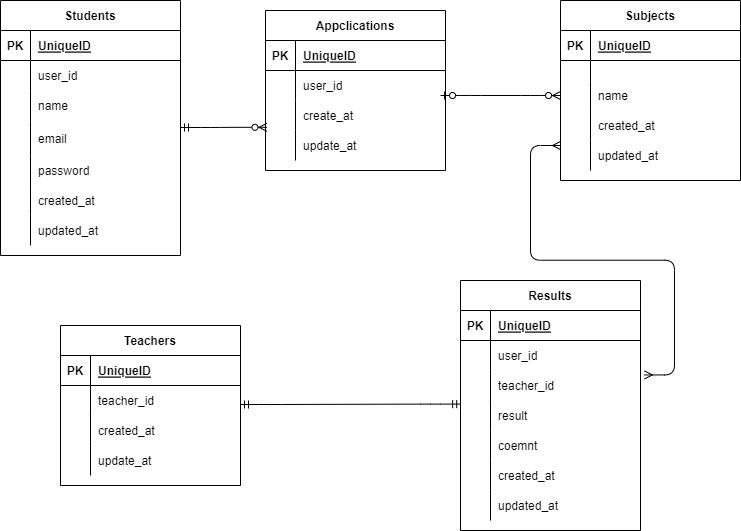
Above: test.drawio.png in maimai860/yada20220812 (draw.io), before the change. Source tidied: cells renumbered, new cells last; positions are measured from the earlier drawing's top-left corner, leaving out a move shared by most shapes.
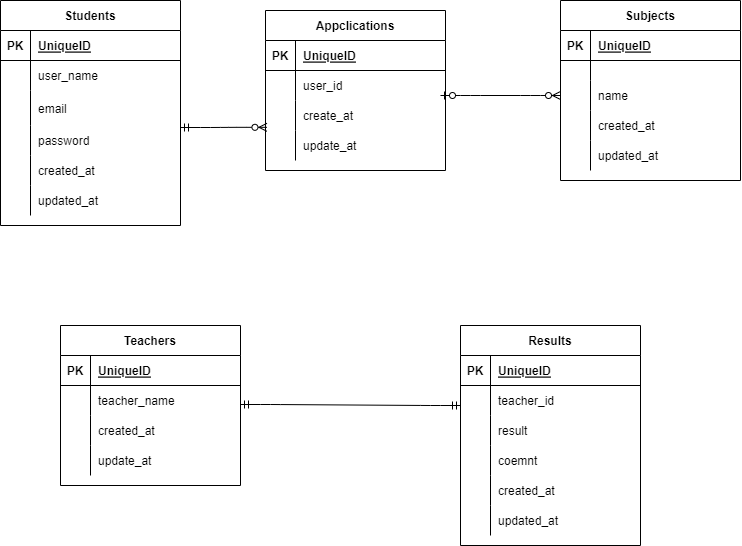
The same file after the commit.

Change to the diagram source:
```diff
@@ -3,7 +3,7 @@
     <mxCell id="0" />
     <mxCell id="1" parent="0" />
     <mxCell id="2" value="Students" style="shape=table;startSize=30;rowLines=0;fontStyle=1;align=center;" parent="1" vertex="1">
-      <mxGeometry width="180" height="255" as="geometry" />
+      <mxGeometry width="180" height="225" as="geometry" />
     </mxCell>
     <mxCell id="3" style="shape=partialRectangle;fillColor=none;top=0;left=0;bottom=1;right=0;" parent="2" vertex="1">
       <mxGeometry y="30" width="180" height="30" as="geometry" />
@@ -14,26 +14,17 @@
     <mxCell id="5" value="UniqueID" style="shape=partialRectangle;fillColor=none;top=0;left=0;bottom=0;right=0;align=left;spacingLeft=6;fontStyle=5;overflow=hidden;" parent="3" vertex="1">
       <mxGeometry x="30" width="150" height="30" as="geometry" />
     </mxCell>
-    <mxCell id="6" style="shape=partialRectangle;fillColor=none;top=0;left=0;bottom=0;right=0;" parent="2" vertex="1">
-      <mxGeometry y="60" width="180" height="30" as="geometry" />
-    </mxCell>
-    <mxCell id="7" style="shape=partialRectangle;fillColor=none;top=0;left=0;bottom=0;right=0;overflow=hidden;" parent="6" vertex="1">
-      <mxGeometry width="30" height="30" as="geometry" />
-    </mxCell>
-    <mxCell id="8" value="user_id" style="shape=partialRectangle;fillColor=none;top=0;left=0;bottom=0;right=0;align=left;spacingLeft=6;overflow=hidden;" parent="6" vertex="1">
-      <mxGeometry x="30" width="150" height="30" as="geometry" />
-    </mxCell>
     <mxCell id="9" style="shape=partialRectangle;fillColor=none;top=0;left=0;bottom=0;right=0;" parent="2" vertex="1">
-      <mxGeometry y="90" width="180" height="30" as="geometry" />
+      <mxGeometry y="60" width="180" height="30" as="geometry" />
     </mxCell>
     <mxCell id="10" style="shape=partialRectangle;fillColor=none;top=0;left=0;bottom=0;right=0;overflow=hidden;" parent="9" vertex="1">
       <mxGeometry width="30" height="30" as="geometry" />
     </mxCell>
-    <mxCell id="11" value="name" style="shape=partialRectangle;fillColor=none;top=0;left=0;bottom=0;right=0;align=left;spacingLeft=6;overflow=hidden;" parent="9" vertex="1">
+    <mxCell id="11" value="user_name" style="shape=partialRectangle;fillColor=none;top=0;left=0;bottom=0;right=0;align=left;spacingLeft=6;overflow=hidden;" parent="9" vertex="1">
       <mxGeometry x="30" width="150" height="30" as="geometry" />
     </mxCell>
     <mxCell id="12" style="shape=partialRectangle;fillColor=none;top=0;left=0;bottom=0;right=0;" parent="2" vertex="1">
-      <mxGeometry y="120" width="180" height="35" as="geometry" />
+      <mxGeometry y="90" width="180" height="35" as="geometry" />
     </mxCell>
     <mxCell id="13" style="shape=partialRectangle;fillColor=none;top=0;left=0;bottom=0;right=0;overflow=hidden;" parent="12" vertex="1">
       <mxGeometry width="30" height="35" as="geometry" />
@@ -42,7 +33,7 @@
       <mxGeometry x="30" width="150" height="35" as="geometry" />
     </mxCell>
     <mxCell id="15" style="shape=partialRectangle;fillColor=none;top=0;left=0;bottom=0;right=0;" parent="2" vertex="1">
-      <mxGeometry y="155" width="180" height="30" as="geometry" />
+      <mxGeometry y="125" width="180" height="30" as="geometry" />
     </mxCell>
     <mxCell id="16" style="shape=partialRectangle;fillColor=none;top=0;left=0;bottom=0;right=0;overflow=hidden;" parent="15" vertex="1">
       <mxGeometry width="30" height="30" as="geometry" />
@@ -51,7 +42,7 @@
       <mxGeometry x="30" width="150" height="30" as="geometry" />
     </mxCell>
     <mxCell id="18" style="shape=partialRectangle;fillColor=none;top=0;left=0;bottom=0;right=0;" parent="2" vertex="1">
-      <mxGeometry y="185" width="180" height="30" as="geometry" />
+      <mxGeometry y="155" width="180" height="30" as="geometry" />
     </mxCell>
     <mxCell id="19" style="shape=partialRectangle;fillColor=none;top=0;left=0;bottom=0;right=0;overflow=hidden;" parent="18" vertex="1">
       <mxGeometry width="30" height="30" as="geometry" />
@@ -60,7 +51,7 @@
       <mxGeometry x="30" width="150" height="30" as="geometry" />
     </mxCell>
     <mxCell id="21" style="shape=partialRectangle;fillColor=none;top=0;left=0;bottom=0;right=0;" parent="2" vertex="1">
-      <mxGeometry y="215" width="180" height="30" as="geometry" />
+      <mxGeometry y="185" width="180" height="30" as="geometry" />
     </mxCell>
     <mxCell id="22" style="shape=partialRectangle;fillColor=none;top=0;left=0;bottom=0;right=0;overflow=hidden;" parent="21" vertex="1">
       <mxGeometry width="30" height="30" as="geometry" />
@@ -86,7 +77,7 @@
     <mxCell id="29" style="shape=partialRectangle;fillColor=none;top=0;left=0;bottom=0;right=0;overflow=hidden;" parent="28" vertex="1">
       <mxGeometry width="30" height="30" as="geometry" />
     </mxCell>
-    <mxCell id="30" value="teacher_id" style="shape=partialRectangle;fillColor=none;top=0;left=0;bottom=0;right=0;align=left;spacingLeft=6;overflow=hidden;" parent="28" vertex="1">
+    <mxCell id="30" value="teacher_name" style="shape=partialRectangle;fillColor=none;top=0;left=0;bottom=0;right=0;align=left;spacingLeft=6;overflow=hidden;" parent="28" vertex="1">
       <mxGeometry x="30" width="150" height="30" as="geometry" />
     </mxCell>
     <mxCell id="31" style="shape=partialRectangle;fillColor=none;top=0;left=0;bottom=0;right=0;" parent="24" vertex="1">
@@ -161,7 +152,7 @@
       </mxGeometry>
     </mxCell>
     <mxCell id="54" value="Results" style="shape=table;startSize=30;rowLines=0;fontStyle=1;align=center;" parent="1" vertex="1">
-      <mxGeometry x="460" y="280" width="180" height="250" as="geometry" />
+      <mxGeometry x="460" y="325" width="180" height="220" as="geometry" />
     </mxCell>
     <mxCell id="55" style="shape=partialRectangle;fillColor=none;top=0;left=0;bottom=1;right=0;" parent="54" vertex="1">
       <mxGeometry y="30" width="180" height="30" as="geometry" />
@@ -172,17 +163,8 @@
     <mxCell id="57" value="UniqueID" style="shape=partialRectangle;fillColor=none;top=0;left=0;bottom=0;right=0;align=left;spacingLeft=6;fontStyle=5;overflow=hidden;" parent="55" vertex="1">
       <mxGeometry x="30" width="150" height="30" as="geometry" />
     </mxCell>
-    <mxCell id="58" style="shape=partialRectangle;fillColor=none;top=0;left=0;bottom=0;right=0;" parent="54" vertex="1">
-      <mxGeometry y="60" width="180" height="30" as="geometry" />
-    </mxCell>
-    <mxCell id="59" style="shape=partialRectangle;fillColor=none;top=0;left=0;bottom=0;right=0;overflow=hidden;" parent="58" vertex="1">
-      <mxGeometry width="30" height="30" as="geometry" />
-    </mxCell>
-    <mxCell id="60" value="user_id" style="shape=partialRectangle;fillColor=none;top=0;left=0;bottom=0;right=0;align=left;spacingLeft=6;overflow=hidden;" parent="58" vertex="1">
-      <mxGeometry x="30" width="150" height="30" as="geometry" />
-    </mxCell>
     <mxCell id="61" style="shape=partialRectangle;fillColor=none;top=0;left=0;bottom=0;right=0;points=[[0,0.5],[1,0.5]];portConstraint=eastwest;" parent="54" vertex="1">
-      <mxGeometry y="90" width="180" height="30" as="geometry" />
+      <mxGeometry y="60" width="180" height="30" as="geometry" />
     </mxCell>
     <mxCell id="62" style="shape=partialRectangle;fillColor=none;top=0;left=0;bottom=0;right=0;overflow=hidden;" parent="61" vertex="1">
       <mxGeometry width="30" height="30" as="geometry" />
@@ -191,7 +173,7 @@
       <mxGeometry x="30" width="150" height="30" as="geometry" />
     </mxCell>
     <mxCell id="64" style="shape=partialRectangle;fillColor=none;top=0;left=0;bottom=0;right=0;points=[[0,0.5],[1,0.5]];portConstraint=eastwest;" parent="54" vertex="1">
-      <mxGeometry y="120" width="180" height="30" as="geometry" />
+      <mxGeometry y="90" width="180" height="30" as="geometry" />
     </mxCell>
     <mxCell id="65" style="shape=partialRectangle;fillColor=none;top=0;left=0;bottom=0;right=0;overflow=hidden;" parent="64" vertex="1">
       <mxGeometry width="30" height="30" as="geometry" />
@@ -200,7 +182,7 @@
       <mxGeometry x="30" width="150" height="30" as="geometry" />
     </mxCell>
     <mxCell id="67" style="shape=partialRectangle;fillColor=none;top=0;left=0;bottom=0;right=0;" parent="54" vertex="1">
-      <mxGeometry y="150" width="180" height="30" as="geometry" />
+      <mxGeometry y="120" width="180" height="30" as="geometry" />
     </mxCell>
     <mxCell id="68" style="shape=partialRectangle;fillColor=none;top=0;left=0;bottom=0;right=0;overflow=hidden;" parent="67" vertex="1">
       <mxGeometry width="30" height="30" as="geometry" />
@@ -209,7 +191,7 @@
       <mxGeometry x="30" width="150" height="30" as="geometry" />
     </mxCell>
     <mxCell id="70" style="shape=partialRectangle;fillColor=none;top=0;left=0;bottom=0;right=0;" parent="54" vertex="1">
-      <mxGeometry y="180" width="180" height="30" as="geometry" />
+      <mxGeometry y="150" width="180" height="30" as="geometry" />
     </mxCell>
     <mxCell id="71" style="shape=partialRectangle;fillColor=none;top=0;left=0;bottom=0;right=0;overflow=hidden;" parent="70" vertex="1">
       <mxGeometry width="30" height="30" as="geometry" />
@@ -218,7 +200,7 @@
       <mxGeometry x="30" width="150" height="30" as="geometry" />
     </mxCell>
     <mxCell id="73" style="shape=partialRectangle;fillColor=none;top=0;left=0;bottom=0;right=0;" parent="54" vertex="1">
-      <mxGeometry y="210" width="180" height="30" as="geometry" />
+      <mxGeometry y="180" width="180" height="30" as="geometry" />
     </mxCell>
     <mxCell id="74" style="shape=partialRectangle;fillColor=none;top=0;left=0;bottom=0;right=0;overflow=hidden;" parent="73" vertex="1">
       <mxGeometry width="30" height="30" as="geometry" />
@@ -226,9 +208,10 @@
     <mxCell id="75" value="updated_at" style="shape=partialRectangle;fillColor=none;top=0;left=0;bottom=0;right=0;align=left;spacingLeft=6;overflow=hidden;" parent="73" vertex="1">
       <mxGeometry x="30" width="150" height="30" as="geometry" />
     </mxCell>
-    <mxCell id="76" style="edgeStyle=entityRelationEdgeStyle;fontSize=12;html=1;endArrow=ERmandOne;startArrow=ERmandOne;entryX=0.001;entryY=0.12;entryDx=0;entryDy=0;entryPerimeter=0;" parent="1" edge="1" target="64">
+    <mxCell id="76" style="edgeStyle=entityRelationEdgeStyle;fontSize=12;html=1;endArrow=ERmandOne;startArrow=ERmandOne;" parent="1" edge="1">
       <mxGeometry relative="1" as="geometry">
         <mxPoint x="240" y="404" as="sourcePoint" />
+        <mxPoint x="460" y="405" as="targetPoint" />
       </mxGeometry>
     </mxCell>
     <mxCell id="77" value="Appclications" style="shape=table;startSize=30;rowLines=0;fontStyle=1;align=center;" parent="1" vertex="1">
@@ -275,10 +258,5 @@
         <mxPoint x="180" y="127" as="sourcePoint" />
       </mxGeometry>
     </mxCell>
-    <mxCell id="91" style="edgeStyle=entityRelationEdgeStyle;fontSize=12;html=1;endArrow=ERmany;startArrow=ERmany;exitX=1.022;exitY=0.148;exitDx=0;exitDy=0;exitPerimeter=0;" parent="1" edge="1" source="61">
-      <mxGeometry relative="1" as="geometry">
-        <mxPoint x="560" y="145" as="targetPoint" />
-      </mxGeometry>
-    </mxCell>
   </root>
 </mxGraphModel>
```
